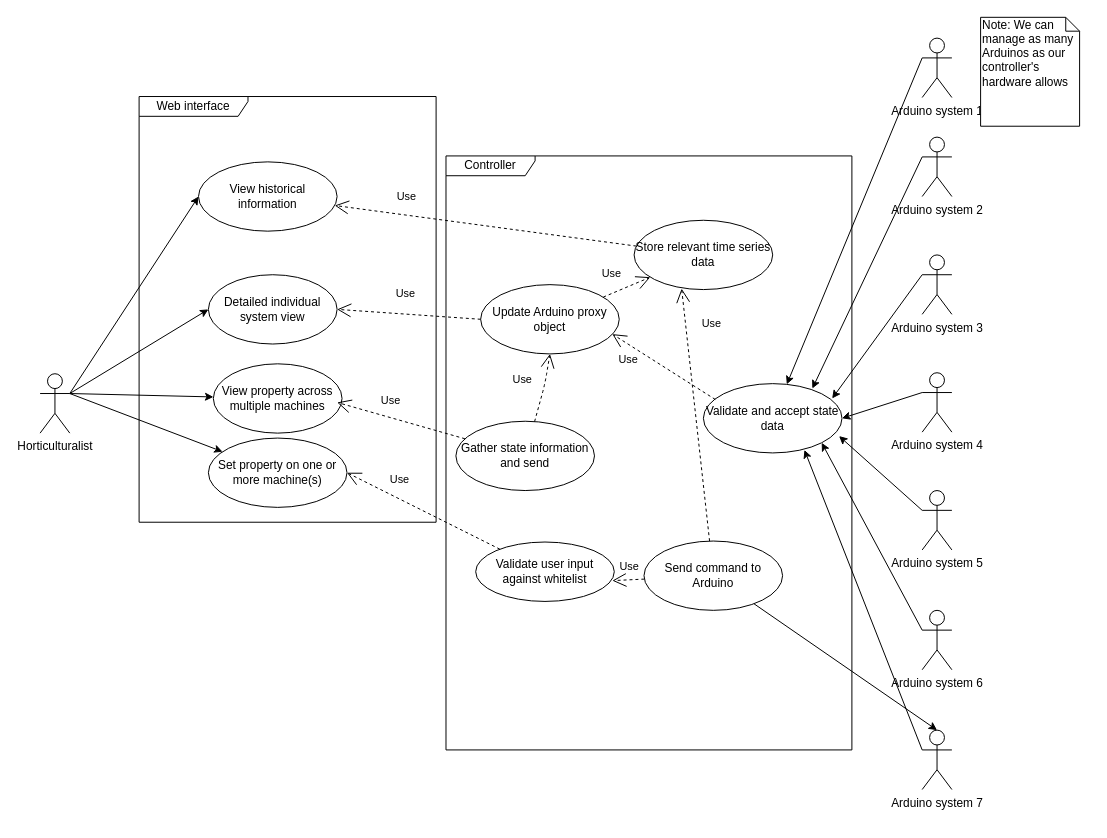
This is final-report/3-requirements-elicitation-and-specification/PART-B-use-case-diagram.drawio from ColinGilbert/fogget-about-it-grow-system, a draw.io file, before an edit. Source tidied: cells renumbered, new cells numbered last; positions are measured from the earlier drawing's top-left corner, leaving out a move shared by most shapes. Both pictures are drawn from the tidied source at 99%, with x=0, y=0 at pixel (40, 17).
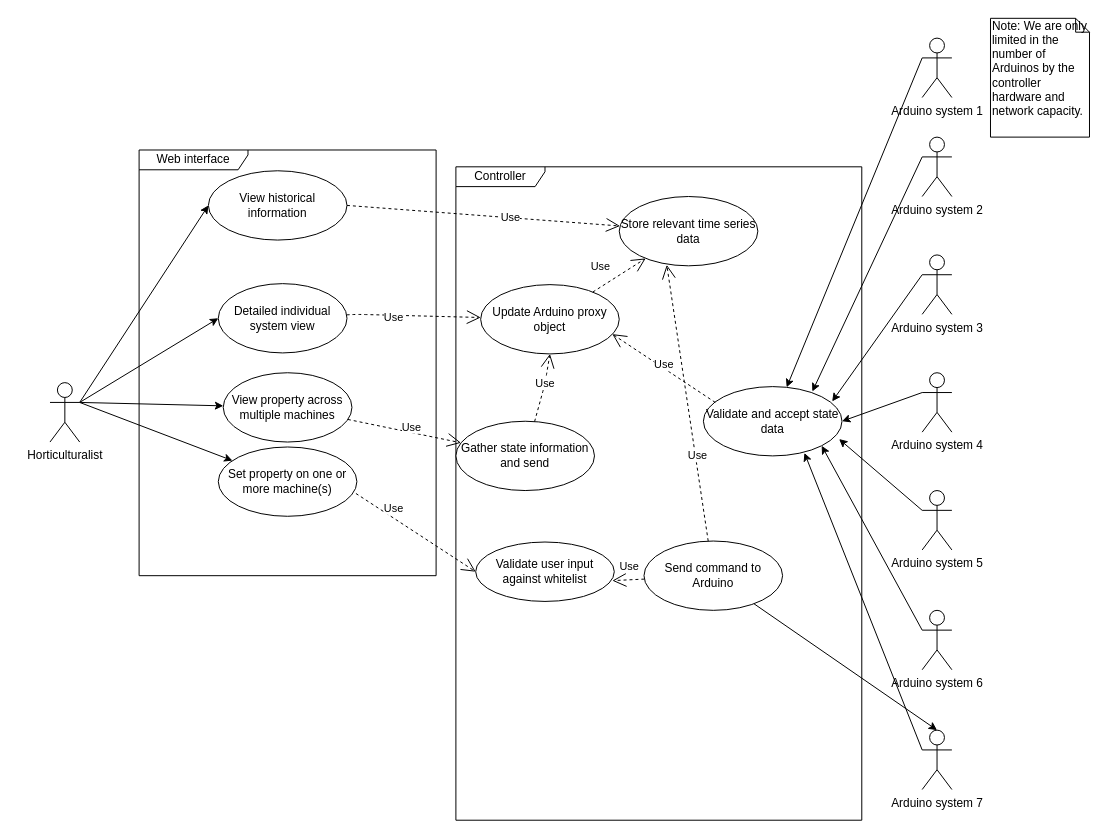
The same diagram, later.

The change refers to these unchanged cells:
```xml
<mxCell id="17" value="Send command to Arduino" style="ellipse;whiteSpace=wrap;html=1;" parent="1" vertex="1">
  <mxGeometry x="610" y="529" width="140" height="70" as="geometry" />
</mxCell>
<mxCell id="18" value="Update Arduino proxy object" style="ellipse;whiteSpace=wrap;html=1;" parent="1" vertex="1">
  <mxGeometry x="445" y="270" width="140" height="70" as="geometry" />
</mxCell>
<mxCell id="26" value="Validate user input against whitelist" style="ellipse;whiteSpace=wrap;html=1;" parent="1" vertex="1">
  <mxGeometry x="440" y="530" width="140" height="60" as="geometry" />
</mxCell>
<mxCell id="28" value="Gather state information and send" style="ellipse;whiteSpace=wrap;html=1;" parent="1" vertex="1">
  <mxGeometry x="420" y="408" width="140" height="70" as="geometry" />
</mxCell>
```

Change to the diagram source:
```diff
@@
-    <mxCell id="9" value="Note: We can manage as many Arduinos as our controller's hardware allows" style="shape=note;whiteSpace=wrap;html=1;size=14;verticalAlign=top;align=left;spacingTop=-6;" parent="1" vertex="1">
-      <mxGeometry x="950" width="100" height="110" as="geometry" />
+    <mxCell id="9" value="Note: We are only limited in the number of Arduinos by the controller hardware and network capacity." style="shape=note;whiteSpace=wrap;html=1;size=14;verticalAlign=top;align=left;spacingTop=-6;" parent="1" vertex="1">
+      <mxGeometry x="960" y="1" width="100" height="120" as="geometry" />
     </mxCell>
     <mxCell id="10" value="Horticulturalist" style="shape=umlActor;verticalLabelPosition=bottom;labelBackgroundColor=#ffffff;verticalAlign=top;html=1;" parent="1" vertex="1">
-      <mxGeometry y="360" width="30" height="60" as="geometry" />
+      <mxGeometry x="10" y="369" width="30" height="60" as="geometry" />
     </mxCell>
     <mxCell id="11" value="Controller" style="shape=umlFrame;whiteSpace=wrap;html=1;width=90;height=20;" parent="1" vertex="1">
-      <mxGeometry x="410" y="140" width="410" height="600" as="geometry" />
+      <mxGeometry x="420" y="151" width="410" height="660" as="geometry" />
     </mxCell>
     <mxCell id="12" value="Web interface" style="shape=umlFrame;whiteSpace=wrap;html=1;width=110;height=20;" parent="1" vertex="1">
-      <mxGeometry x="100" y="80" width="300" height="430" as="geometry" />
+      <mxGeometry x="100" y="134" width="300" height="430" as="geometry" />
     </mxCell>
     <mxCell id="13" value="Detailed individual system view" style="ellipse;whiteSpace=wrap;html=1;" parent="1" vertex="1">
-      <mxGeometry x="170" y="260" width="130" height="70" as="geometry" />
+      <mxGeometry x="180" y="269" width="130" height="70" as="geometry" />
     </mxCell>
     <mxCell id="14" value="Validate and accept state data" style="ellipse;whiteSpace=wrap;html=1;" parent="1" vertex="1">
-      <mxGeometry x="670" y="370" width="140" height="70" as="geometry" />
+      <mxGeometry x="670" y="373" width="140" height="70" as="geometry" />
     </mxCell>
     <mxCell id="15" value="View property across multiple machines" style="ellipse;whiteSpace=wrap;html=1;" parent="1" vertex="1">
-      <mxGeometry x="175" y="350" width="130" height="70" as="geometry" />
+      <mxGeometry x="185" y="359" width="130" height="70" as="geometry" />
     </mxCell>
     <mxCell id="16" value="&lt;div&gt;Set property on one or more machine(s)&lt;/div&gt;" style="ellipse;whiteSpace=wrap;html=1;" parent="1" vertex="1">
-      <mxGeometry x="170" y="425" width="140" height="70" as="geometry" />
+      <mxGeometry x="180" y="434" width="140" height="70" as="geometry" />
     </mxCell>
@@
     <mxCell id="29" value="Store relevant time series data" style="ellipse;whiteSpace=wrap;html=1;" parent="1" vertex="1">
-      <mxGeometry x="600" y="205" width="140" height="70" as="geometry" />
+      <mxGeometry x="585" y="181" width="140" height="70" as="geometry" />
     </mxCell>
     <mxCell id="30" value="View historical information" style="ellipse;whiteSpace=wrap;html=1;" parent="1" vertex="1">
-      <mxGeometry x="160" y="146" width="140" height="70" as="geometry" />
+      <mxGeometry x="170" y="155" width="140" height="70" as="geometry" />
     </mxCell>
@@
-    <mxCell id="35" value="Use" style="endArrow=open;endSize=12;dashed=1;html=1;" parent="1" edge="1" source="29" target="30">
-      <mxGeometry x="0.54" y="-19" relative="1" as="geometry" />
+    <mxCell id="35" value="Use" style="endArrow=open;endSize=12;dashed=1;html=1;exitX=1;exitY=0.5;exitDx=0;exitDy=0;" parent="1" edge="1" source="30" target="29">
+      <mxGeometry x="0.19" relative="1" as="geometry" />
     </mxCell>
-    <mxCell id="36" value="Use" style="endArrow=open;endSize=12;dashed=1;html=1;exitX=0;exitY=0.5;exitDx=0;exitDy=0;entryX=1;entryY=0.5;entryDx=0;entryDy=0;" parent="1" edge="1" source="18" target="13">
-      <mxGeometry x="0.08" y="-21" relative="1" as="geometry" />
+    <mxCell id="36" value="Use" style="endArrow=open;endSize=12;dashed=1;html=1;" parent="1" edge="1" source="13" target="18">
+      <mxGeometry x="-0.31" y="-2" relative="1" as="geometry">
+        <Array as="points">
+          <mxPoint x="320" y="300" />
+        </Array>
+      </mxGeometry>
     </mxCell>
-    <mxCell id="37" value="Use" style="endArrow=open;endSize=12;dashed=1;html=1;entryX=1;entryY=0.5;entryDx=0;entryDy=0;" parent="1" edge="1" source="28">
-      <mxGeometry x="0.23" y="-17" relative="1" as="geometry">
-        <mxPoint x="300" y="389" as="targetPoint" />
-      </mxGeometry>
+    <mxCell id="37" value="Use" style="endArrow=open;endSize=12;dashed=1;html=1;" parent="1" edge="1" source="15" target="28">
+      <mxGeometry x="0.09" y="5" relative="1" as="geometry" />
     </mxCell>
-    <mxCell id="38" value="Use" style="endArrow=open;endSize=12;dashed=1;html=1;entryX=1;entryY=0.5;entryDx=0;entryDy=0;" parent="1" edge="1" source="26">
-      <mxGeometry x="0.41" y="-18" relative="1" as="geometry">
-        <mxPoint x="310" y="460" as="targetPoint" />
-      </mxGeometry>
+    <mxCell id="38" value="Use" style="endArrow=open;endSize=12;dashed=1;html=1;entryX=0;entryY=0.5;entryDx=0;entryDy=0;exitX=0.993;exitY=0.671;exitDx=0;exitDy=0;exitPerimeter=0;" parent="1" edge="1" source="16" target="26">
+      <mxGeometry x="-0.44" y="8" relative="1" as="geometry" />
     </mxCell>
@@
     <mxCell id="40" value="Use" style="endArrow=open;endSize=12;dashed=1;html=1;exitX=0.086;exitY=0.229;exitDx=0;exitDy=0;exitPerimeter=0;entryX=0.95;entryY=0.714;entryDx=0;entryDy=0;entryPerimeter=0;" parent="1" edge="1" source="14" target="18">
-      <mxGeometry x="0.55" y="14" relative="1" as="geometry">
-        <mxPoint x="1" as="offset" />
-      </mxGeometry>
+      <mxGeometry x="0.03" y="-3" relative="1" as="geometry" />
     </mxCell>
     <mxCell id="41" value="Use" style="endArrow=open;endSize=12;dashed=1;html=1;entryX=0.5;entryY=1;entryDx=0;entryDy=0;" parent="1" edge="1" source="28" target="18">
-      <mxGeometry x="0.07" y="23" relative="1" as="geometry">
+      <mxGeometry x="0.13" relative="1" as="geometry">
         <Array as="points">
           <mxPoint x="510" y="370" />
         </Array>
       </mxGeometry>
     </mxCell>
@@
     <mxCell id="43" value="Use" style="endArrow=open;endSize=12;dashed=1;html=1;entryX=0.343;entryY=0.986;entryDx=0;entryDy=0;entryPerimeter=0;" parent="1" edge="1" source="17" target="29">
-      <mxGeometry x="0.71" y="-26" relative="1" as="geometry" />
+      <mxGeometry x="-0.38" y="-2" relative="1" as="geometry" />
     </mxCell>
```
